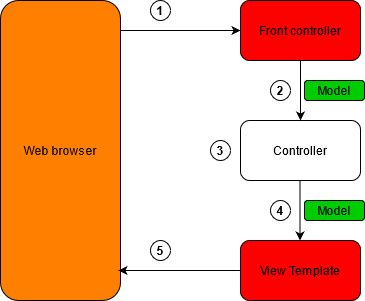
Earlier version of the draw.io export Images/001-MVCdiagram.png (mikedr/SpringMVC). Source tidied: cells renumbered, new cells last; positions are measured from the earlier drawing's top-left corner, leaving out a move shared by most shapes.
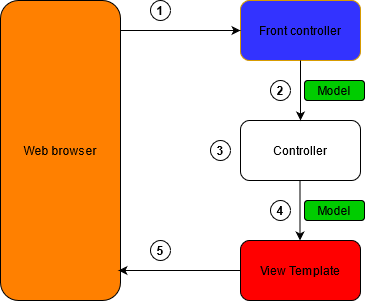
After the commit.

Diff of the diagram source:
```diff
@@ -2,7 +2,7 @@
   <root>
     <mxCell id="0" />
     <mxCell id="1" parent="0" />
-    <mxCell id="2" value="Front controller" style="rounded=1;whiteSpace=wrap;html=1;fillColor=#FF0000;" parent="1" vertex="1">
+    <mxCell id="2" value="Front controller" style="rounded=1;whiteSpace=wrap;html=1;strokeColor=#d79b00;fillColor=#3333FF;" parent="1" vertex="1">
       <mxGeometry x="240" width="120" height="60" as="geometry" />
     </mxCell>
     <mxCell id="3" value="Controller" style="rounded=1;whiteSpace=wrap;html=1;" parent="1" vertex="1">
```
